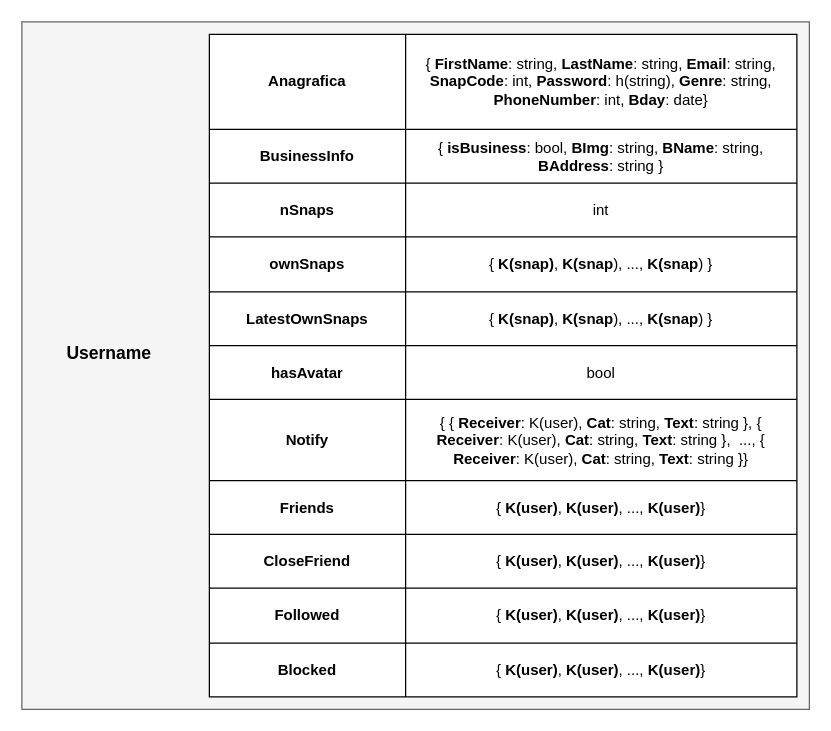
Above: NoAM/collection-user.drawio in Antonet99/noSQL-Snapchat (draw.io), before the change. Source tidied: cells renumbered, new cells numbered last; positions are measured from the earlier drawing's top-left corner, leaving out a move shared by most shapes. Both pictures are drawn from the tidied source at 125%, with x=0, y=0 at pixel (21, 21).
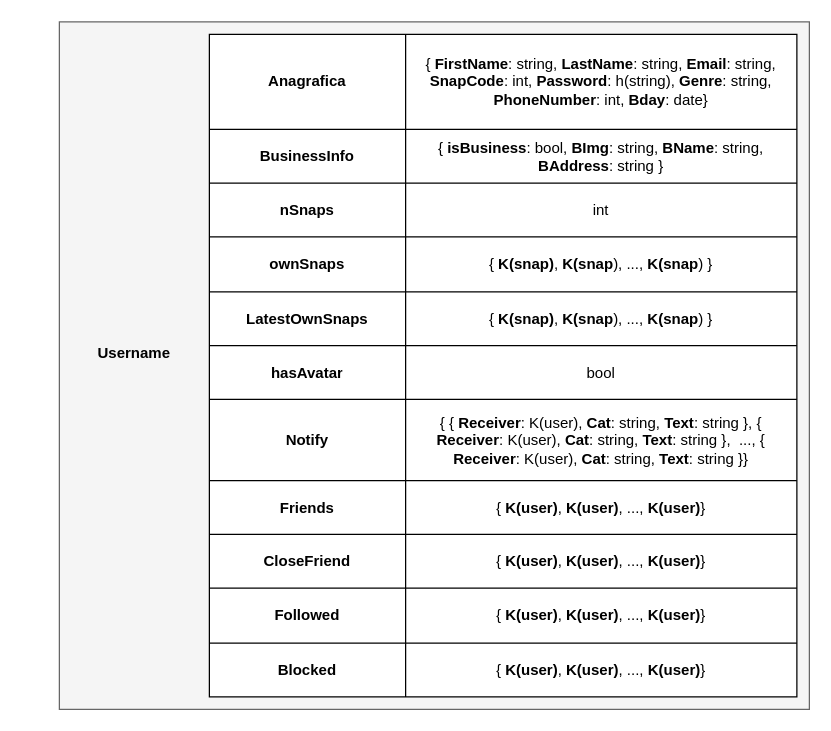
Above is the later version.

What changed in the source:
```diff
@@
     <mxCell id="2" style="rounded=0;whiteSpace=wrap;html=1;fillColor=#f5f5f5;fontColor=#333333;strokeColor=#666666;" parent="1" vertex="1">
-      <mxGeometry width="630" height="550" as="geometry" />
+      <mxGeometry x="30" width="600" height="550" as="geometry" />
     </mxCell>
-    <mxCell id="3" value="&lt;b&gt;&lt;font style=&quot;font-size: 14px;&quot;&gt;Username&lt;/font&gt;&lt;/b&gt;" style="text;html=1;strokeColor=none;fillColor=none;align=center;verticalAlign=middle;whiteSpace=wrap;rounded=0;" parent="1" vertex="1">
-      <mxGeometry x="40" y="250" width="60" height="30" as="geometry" />
+    <mxCell id="3" value="&lt;font size=&quot;1&quot;&gt;&lt;b&gt;&lt;font style=&quot;font-size: 12px;&quot;&gt;Username&lt;/font&gt;&lt;/b&gt;&lt;/font&gt;" style="text;html=1;strokeColor=none;fillColor=none;align=center;verticalAlign=middle;whiteSpace=wrap;rounded=0;" parent="1" vertex="1">
+      <mxGeometry x="60" y="250" width="60" height="30" as="geometry" />
     </mxCell>
```
